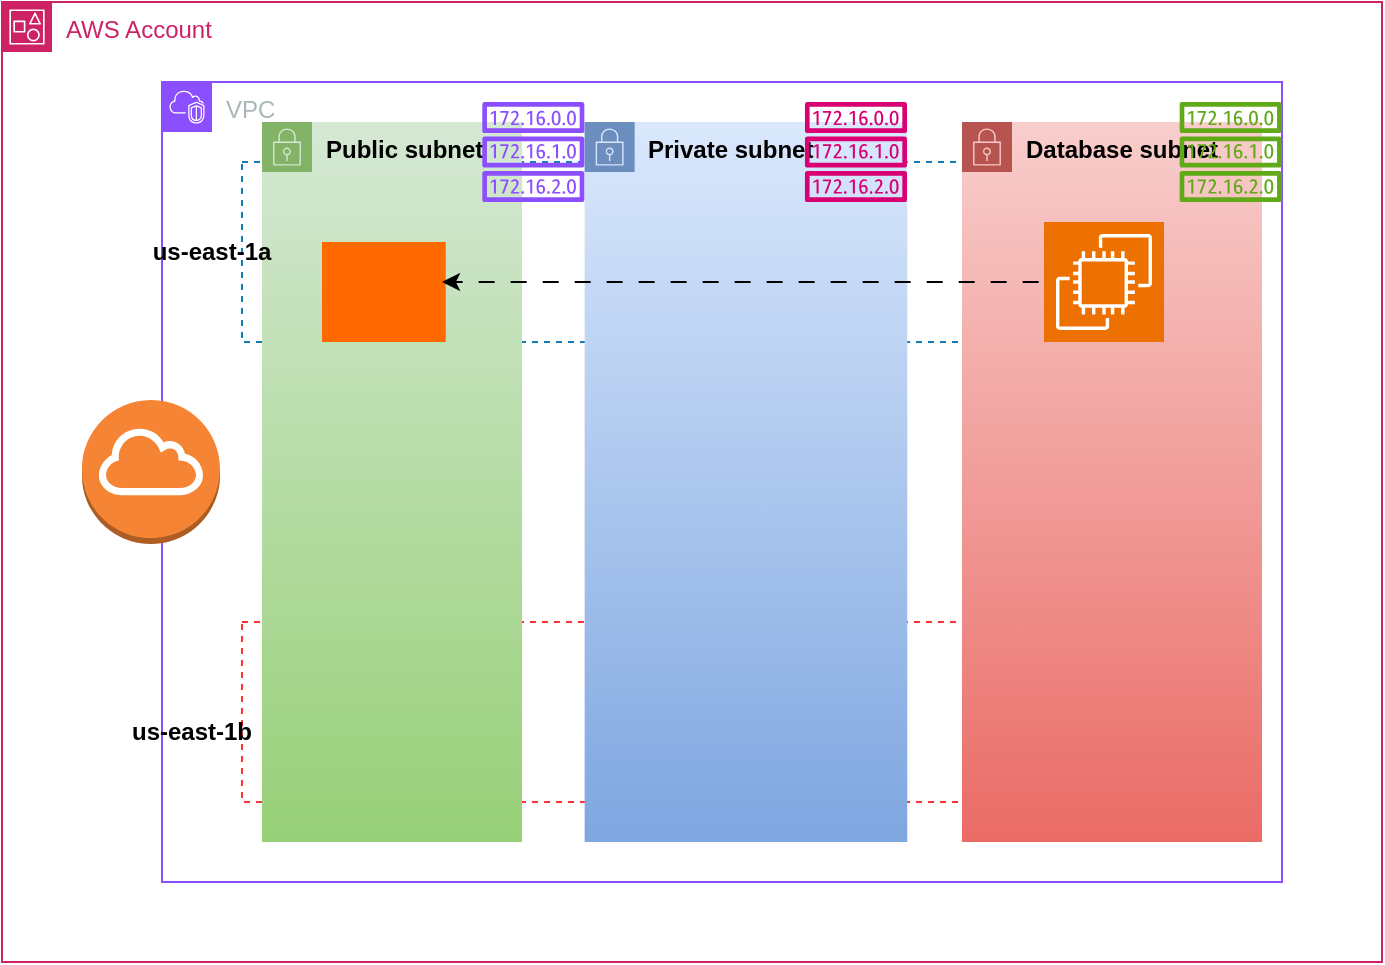
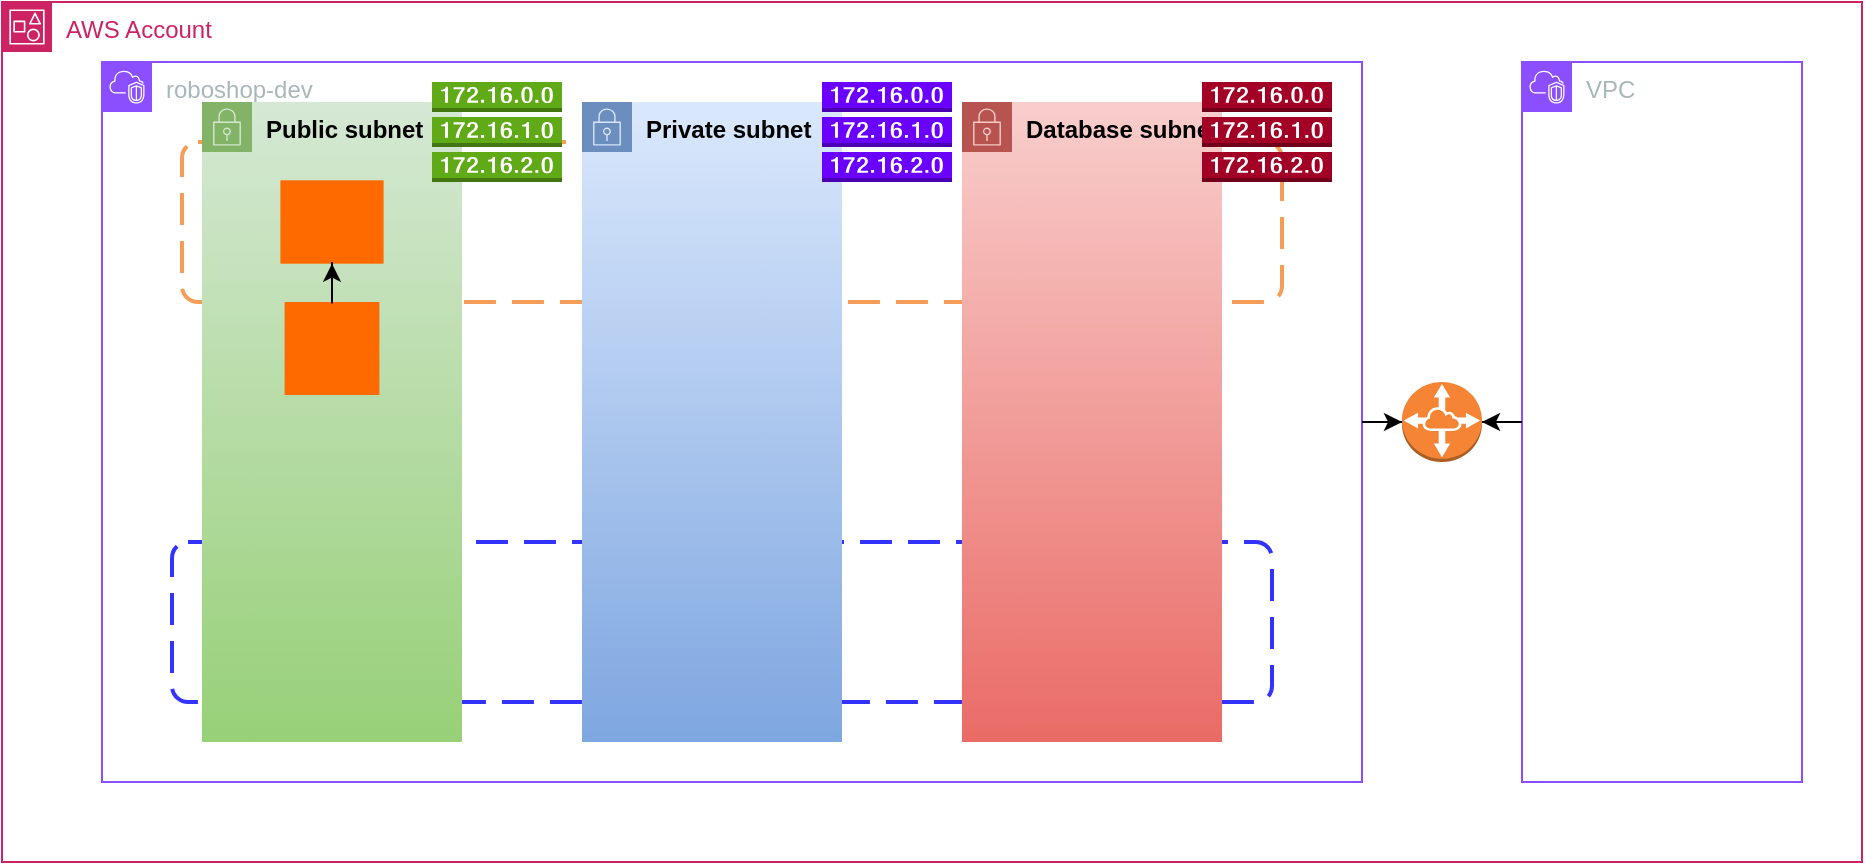
<mxfile host="app.diagrams.net">
-   <diagram name="Page-1" id="36cOFOSgJOgFmqnaWVL_">
+   <diagram name="Page-1" id="ZXIhJYFaAMuqg-LrVbGJ">
    <mxGraphModel dx="1030" dy="561" grid="1" gridSize="10" guides="1" tooltips="1" connect="1" arrows="1" fold="1" page="1" pageScale="1" pageWidth="850" pageHeight="1100" math="0" shadow="0">
      <root>
        <mxCell id="0" />
        <mxCell id="1" parent="0" />
-         <mxCell id="KBqLX70hXkbTGuDK6lxn-1" parent="1" style="points=[[0,0],[0.25,0],[0.5,0],[0.75,0],[1,0],[1,0.25],[1,0.5],[1,0.75],[1,1],[0.75,1],[0.5,1],[0.25,1],[0,1],[0,0.75],[0,0.5],[0,0.25]];outlineConnect=0;gradientColor=none;html=1;whiteSpace=wrap;fontSize=12;fontStyle=0;container=1;pointerEvents=0;collapsible=0;recursiveResize=0;shape=mxgraph.aws4.group;grIcon=mxgraph.aws4.group_account;strokeColor=#CD2264;fillColor=none;verticalAlign=top;align=left;spacingLeft=30;fontColor=#CD2264;dashed=0;" value="AWS Account" vertex="1">
-           <mxGeometry height="480" width="690" x="120" y="40" as="geometry" />
+         <mxCell id="NWXHlOiZB-vl1cq2G4pu-1" parent="1" style="points=[[0,0],[0.25,0],[0.5,0],[0.75,0],[1,0],[1,0.25],[1,0.5],[1,0.75],[1,1],[0.75,1],[0.5,1],[0.25,1],[0,1],[0,0.75],[0,0.5],[0,0.25]];outlineConnect=0;gradientColor=none;html=1;whiteSpace=wrap;fontSize=12;fontStyle=0;container=1;pointerEvents=0;collapsible=0;recursiveResize=0;shape=mxgraph.aws4.group;grIcon=mxgraph.aws4.group_account;strokeColor=#CD2264;fillColor=none;verticalAlign=top;align=left;spacingLeft=30;fontColor=#CD2264;dashed=0;" value="AWS Account" vertex="1">
+           <mxGeometry height="430" width="930" x="450" y="220" as="geometry" />
        </mxCell>
-         <mxCell id="KBqLX70hXkbTGuDK6lxn-2" parent="KBqLX70hXkbTGuDK6lxn-1" style="points=[[0,0],[0.25,0],[0.5,0],[0.75,0],[1,0],[1,0.25],[1,0.5],[1,0.75],[1,1],[0.75,1],[0.5,1],[0.25,1],[0,1],[0,0.75],[0,0.5],[0,0.25]];outlineConnect=0;gradientColor=none;html=1;whiteSpace=wrap;fontSize=12;fontStyle=0;container=1;pointerEvents=0;collapsible=0;recursiveResize=0;shape=mxgraph.aws4.group;grIcon=mxgraph.aws4.group_vpc2;strokeColor=#8C4FFF;fillColor=none;verticalAlign=top;align=left;spacingLeft=30;fontColor=#AAB7B8;dashed=0;" value="VPC" vertex="1">
-           <mxGeometry height="400" width="560" x="80" y="40" as="geometry" />
+         <mxCell id="NWXHlOiZB-vl1cq2G4pu-2" parent="NWXHlOiZB-vl1cq2G4pu-1" style="points=[[0,0],[0.25,0],[0.5,0],[0.75,0],[1,0],[1,0.25],[1,0.5],[1,0.75],[1,1],[0.75,1],[0.5,1],[0.25,1],[0,1],[0,0.75],[0,0.5],[0,0.25]];outlineConnect=0;gradientColor=none;html=1;whiteSpace=wrap;fontSize=12;fontStyle=0;container=1;pointerEvents=0;collapsible=0;recursiveResize=0;shape=mxgraph.aws4.group;grIcon=mxgraph.aws4.group_vpc2;strokeColor=#8C4FFF;fillColor=none;verticalAlign=top;align=left;spacingLeft=30;fontColor=#AAB7B8;dashed=0;" value="roboshop-dev" vertex="1">
+           <mxGeometry height="360" width="630" x="50" y="30" as="geometry" />
        </mxCell>
-         <mxCell id="KBqLX70hXkbTGuDK6lxn-3" parent="KBqLX70hXkbTGuDK6lxn-2" style="fillColor=none;strokeColor=#147EBA;dashed=1;verticalAlign=top;fontStyle=0;fontColor=#147EBA;whiteSpace=wrap;html=1;" value="" vertex="1">
-           <mxGeometry height="90" width="500" x="40" y="40" as="geometry" />
+         <mxCell id="NWXHlOiZB-vl1cq2G4pu-3" parent="NWXHlOiZB-vl1cq2G4pu-2" style="rounded=1;arcSize=10;dashed=1;strokeColor=#F59D56;fillColor=none;gradientColor=none;dashPattern=8 4;strokeWidth=2;" value="" vertex="1">
+           <mxGeometry height="80" width="550" x="40" y="40" as="geometry" />
        </mxCell>
-         <mxCell id="KBqLX70hXkbTGuDK6lxn-4" parent="KBqLX70hXkbTGuDK6lxn-2" style="fillColor=none;strokeColor=#FF3333;dashed=1;verticalAlign=top;fontStyle=0;fontColor=#147EBA;whiteSpace=wrap;html=1;" value="" vertex="1">
-           <mxGeometry height="90" width="500" x="40" y="270" as="geometry" />
+         <mxCell id="NWXHlOiZB-vl1cq2G4pu-4" parent="NWXHlOiZB-vl1cq2G4pu-2" style="rounded=1;arcSize=10;dashed=1;strokeColor=#3333FF;fillColor=none;gradientColor=none;dashPattern=8 4;strokeWidth=2;" value="" vertex="1">
+           <mxGeometry height="80" width="550" x="35" y="240" as="geometry" />
        </mxCell>
-         <mxCell id="KBqLX70hXkbTGuDK6lxn-8" parent="KBqLX70hXkbTGuDK6lxn-2" style="points=[[0,0],[0.25,0],[0.5,0],[0.75,0],[1,0],[1,0.25],[1,0.5],[1,0.75],[1,1],[0.75,1],[0.5,1],[0.25,1],[0,1],[0,0.75],[0,0.5],[0,0.25]];outlineConnect=0;gradientColor=#97d077;html=1;whiteSpace=wrap;fontSize=12;fontStyle=0;container=1;pointerEvents=0;collapsible=0;recursiveResize=0;shape=mxgraph.aws4.group;grIcon=mxgraph.aws4.group_security_group;grStroke=0;strokeColor=#82b366;fillColor=#d5e8d4;verticalAlign=top;align=left;spacingLeft=30;dashed=0;" value="&lt;b&gt;Public subnet&lt;/b&gt;" vertex="1">
-           <mxGeometry height="360" width="130" x="50" y="20" as="geometry" />
+         <mxCell id="NWXHlOiZB-vl1cq2G4pu-5" parent="NWXHlOiZB-vl1cq2G4pu-2" style="points=[[0,0],[0.25,0],[0.5,0],[0.75,0],[1,0],[1,0.25],[1,0.5],[1,0.75],[1,1],[0.75,1],[0.5,1],[0.25,1],[0,1],[0,0.75],[0,0.5],[0,0.25]];outlineConnect=0;gradientColor=#97d077;html=1;whiteSpace=wrap;fontSize=12;fontStyle=0;container=1;pointerEvents=0;collapsible=0;recursiveResize=0;shape=mxgraph.aws4.group;grIcon=mxgraph.aws4.group_security_group;grStroke=0;strokeColor=#82b366;fillColor=#d5e8d4;verticalAlign=top;align=left;spacingLeft=30;dashed=0;" value="&lt;b&gt;Public subnet&lt;/b&gt;" vertex="1">
+           <mxGeometry height="320" width="130" x="50" y="20" as="geometry" />
        </mxCell>
-         <mxCell id="KBqLX70hXkbTGuDK6lxn-14" parent="KBqLX70hXkbTGuDK6lxn-8" style="points=[];aspect=fixed;html=1;align=center;shadow=0;dashed=0;fillColor=#FF6A00;strokeColor=none;shape=mxgraph.alibaba_cloud.nat_gateway;" value="" vertex="1">
-           <mxGeometry height="50" width="61.87" x="30" y="60" as="geometry" />
+         <mxCell id="NWXHlOiZB-vl1cq2G4pu-6" parent="NWXHlOiZB-vl1cq2G4pu-5" style="points=[];aspect=fixed;html=1;align=center;shadow=0;dashed=0;fillColor=#FF6A00;strokeColor=none;shape=mxgraph.alibaba_cloud.eip_elastic_ip_address;" value="" vertex="1">
+           <mxGeometry height="46.5" width="47.400000000000006" x="41.3" y="100" as="geometry" />
        </mxCell>
-         <mxCell id="KBqLX70hXkbTGuDK6lxn-7" parent="KBqLX70hXkbTGuDK6lxn-2" style="points=[[0,0],[0.25,0],[0.5,0],[0.75,0],[1,0],[1,0.25],[1,0.5],[1,0.75],[1,1],[0.75,1],[0.5,1],[0.25,1],[0,1],[0,0.75],[0,0.5],[0,0.25]];outlineConnect=0;gradientColor=#7ea6e0;html=1;whiteSpace=wrap;fontSize=12;fontStyle=0;container=1;pointerEvents=0;collapsible=0;recursiveResize=0;shape=mxgraph.aws4.group;grIcon=mxgraph.aws4.group_security_group;grStroke=0;strokeColor=#6c8ebf;fillColor=#dae8fc;verticalAlign=top;align=left;spacingLeft=30;dashed=0;" value="&lt;b&gt;Private subnet&lt;/b&gt;" vertex="1">
-           <mxGeometry height="360" width="161.32" x="211.32" y="20" as="geometry" />
+         <mxCell id="NWXHlOiZB-vl1cq2G4pu-7" parent="NWXHlOiZB-vl1cq2G4pu-2" style="points=[[0,0],[0.25,0],[0.5,0],[0.75,0],[1,0],[1,0.25],[1,0.5],[1,0.75],[1,1],[0.75,1],[0.5,1],[0.25,1],[0,1],[0,0.75],[0,0.5],[0,0.25]];outlineConnect=0;gradientColor=#7ea6e0;html=1;whiteSpace=wrap;fontSize=12;fontStyle=0;container=1;pointerEvents=0;collapsible=0;recursiveResize=0;shape=mxgraph.aws4.group;grIcon=mxgraph.aws4.group_security_group;grStroke=0;strokeColor=#6c8ebf;fillColor=#dae8fc;verticalAlign=top;align=left;spacingLeft=30;dashed=0;" value="&lt;b&gt;Private subnet&lt;/b&gt;" vertex="1">
+           <mxGeometry height="320" width="130" x="240" y="20" as="geometry" />
        </mxCell>
-         <mxCell id="KBqLX70hXkbTGuDK6lxn-12" parent="KBqLX70hXkbTGuDK6lxn-7" style="sketch=0;outlineConnect=0;fillColor=#d80073;strokeColor=#A50040;dashed=0;verticalLabelPosition=bottom;verticalAlign=top;align=center;html=1;fontSize=12;fontStyle=0;aspect=fixed;pointerEvents=1;shape=mxgraph.aws4.route_table;fontColor=#ffffff;" value="" vertex="1">
-           <mxGeometry height="50" width="51.32" x="110" y="-10" as="geometry" />
+         <mxCell id="NWXHlOiZB-vl1cq2G4pu-8" parent="NWXHlOiZB-vl1cq2G4pu-2" style="points=[[0,0],[0.25,0],[0.5,0],[0.75,0],[1,0],[1,0.25],[1,0.5],[1,0.75],[1,1],[0.75,1],[0.5,1],[0.25,1],[0,1],[0,0.75],[0,0.5],[0,0.25]];outlineConnect=0;gradientColor=#ea6b66;html=1;whiteSpace=wrap;fontSize=12;fontStyle=0;container=1;pointerEvents=0;collapsible=0;recursiveResize=0;shape=mxgraph.aws4.group;grIcon=mxgraph.aws4.group_security_group;grStroke=0;strokeColor=#b85450;fillColor=#f8cecc;verticalAlign=top;align=left;spacingLeft=30;dashed=0;" value="&lt;b&gt;Database subnet&lt;/b&gt;" vertex="1">
+           <mxGeometry height="320" width="130" x="430" y="20" as="geometry" />
        </mxCell>
-         <mxCell id="KBqLX70hXkbTGuDK6lxn-9" parent="KBqLX70hXkbTGuDK6lxn-2" style="points=[[0,0],[0.25,0],[0.5,0],[0.75,0],[1,0],[1,0.25],[1,0.5],[1,0.75],[1,1],[0.75,1],[0.5,1],[0.25,1],[0,1],[0,0.75],[0,0.5],[0,0.25]];outlineConnect=0;gradientColor=#ea6b66;html=1;whiteSpace=wrap;fontSize=12;fontStyle=0;container=1;pointerEvents=0;collapsible=0;recursiveResize=0;shape=mxgraph.aws4.group;grIcon=mxgraph.aws4.group_security_group;grStroke=0;strokeColor=#b85450;fillColor=#f8cecc;verticalAlign=top;align=left;spacingLeft=30;dashed=0;" value="&lt;b&gt;Database subnet&lt;/b&gt;" vertex="1">
-           <mxGeometry height="360" width="150" x="400" y="20" as="geometry" />
+         <mxCell id="NWXHlOiZB-vl1cq2G4pu-9" parent="NWXHlOiZB-vl1cq2G4pu-2" style="points=[];aspect=fixed;html=1;align=center;shadow=0;dashed=0;fillColor=#FF6A00;strokeColor=none;shape=mxgraph.alibaba_cloud.nat_gateway;" value="" vertex="1">
+           <mxGeometry height="41.699999999999996" width="51.6" x="89.19999999999999" y="59.14999999999998" as="geometry" />
        </mxCell>
-         <mxCell id="KBqLX70hXkbTGuDK6lxn-13" parent="KBqLX70hXkbTGuDK6lxn-9" style="sketch=0;outlineConnect=0;fillColor=#60a917;strokeColor=#2D7600;dashed=0;verticalLabelPosition=bottom;verticalAlign=top;align=center;html=1;fontSize=12;fontStyle=0;aspect=fixed;pointerEvents=1;shape=mxgraph.aws4.route_table;fontColor=#ffffff;" value="" vertex="1">
-           <mxGeometry height="50" width="51.32" x="108.68000000000006" y="-10" as="geometry" />
+         <mxCell id="NWXHlOiZB-vl1cq2G4pu-10" edge="1" parent="NWXHlOiZB-vl1cq2G4pu-2" source="NWXHlOiZB-vl1cq2G4pu-6" style="edgeStyle=orthogonalEdgeStyle;rounded=0;orthogonalLoop=1;jettySize=auto;html=1;" target="NWXHlOiZB-vl1cq2G4pu-9" value="">
+           <mxGeometry relative="1" as="geometry" />
        </mxCell>
-         <mxCell id="KBqLX70hXkbTGuDK6lxn-15" parent="KBqLX70hXkbTGuDK6lxn-9" style="sketch=0;points=[[0,0,0],[0.25,0,0],[0.5,0,0],[0.75,0,0],[1,0,0],[0,1,0],[0.25,1,0],[0.5,1,0],[0.75,1,0],[1,1,0],[0,0.25,0],[0,0.5,0],[0,0.75,0],[1,0.25,0],[1,0.5,0],[1,0.75,0]];outlineConnect=0;fontColor=#232F3E;fillColor=#ED7100;strokeColor=#ffffff;dashed=0;verticalLabelPosition=bottom;verticalAlign=top;align=center;html=1;fontSize=12;fontStyle=0;aspect=fixed;shape=mxgraph.aws4.resourceIcon;resIcon=mxgraph.aws4.ec2;" value="" vertex="1">
-           <mxGeometry height="60" width="60" x="41" y="50" as="geometry" />
+         <mxCell id="NWXHlOiZB-vl1cq2G4pu-11" parent="NWXHlOiZB-vl1cq2G4pu-2" style="outlineConnect=0;dashed=0;verticalLabelPosition=bottom;verticalAlign=top;align=center;html=1;shape=mxgraph.aws3.route_table;fillColor=#60a917;strokeColor=#2D7600;fontColor=#ffffff;" value="" vertex="1">
+           <mxGeometry height="50" width="65" x="165" y="10" as="geometry" />
        </mxCell>
-         <mxCell id="KBqLX70hXkbTGuDK6lxn-10" parent="KBqLX70hXkbTGuDK6lxn-2" style="outlineConnect=0;dashed=0;verticalLabelPosition=bottom;verticalAlign=top;align=center;html=1;shape=mxgraph.aws3.internet_gateway;fillColor=#F58534;gradientColor=none;" value="" vertex="1">
-           <mxGeometry height="72" width="69" x="-40" y="159" as="geometry" />
+         <mxCell id="NWXHlOiZB-vl1cq2G4pu-12" parent="NWXHlOiZB-vl1cq2G4pu-2" style="outlineConnect=0;dashed=0;verticalLabelPosition=bottom;verticalAlign=top;align=center;html=1;shape=mxgraph.aws3.route_table;fillColor=#a20025;strokeColor=#6F0000;fontColor=#ffffff;" value="" vertex="1">
+           <mxGeometry height="50" width="65" x="550" y="10" as="geometry" />
        </mxCell>
-         <mxCell id="KBqLX70hXkbTGuDK6lxn-11" parent="KBqLX70hXkbTGuDK6lxn-2" style="sketch=0;outlineConnect=0;fontColor=#232F3E;gradientColor=none;fillColor=#8C4FFF;strokeColor=none;dashed=0;verticalLabelPosition=bottom;verticalAlign=top;align=center;html=1;fontSize=12;fontStyle=0;aspect=fixed;pointerEvents=1;shape=mxgraph.aws4.route_table;" value="" vertex="1">
-           <mxGeometry height="50" width="51.32" x="160" y="10" as="geometry" />
+         <mxCell id="NWXHlOiZB-vl1cq2G4pu-13" parent="NWXHlOiZB-vl1cq2G4pu-2" style="outlineConnect=0;dashed=0;verticalLabelPosition=bottom;verticalAlign=top;align=center;html=1;shape=mxgraph.aws3.route_table;fillColor=#6a00ff;strokeColor=#3700CC;fontColor=#ffffff;" value="" vertex="1">
+           <mxGeometry height="50" width="65" x="360" y="10" as="geometry" />
        </mxCell>
-         <mxCell id="KBqLX70hXkbTGuDK6lxn-6" parent="KBqLX70hXkbTGuDK6lxn-2" style="text;html=1;whiteSpace=wrap;strokeColor=none;fillColor=none;align=center;verticalAlign=middle;rounded=0;" value="&lt;b&gt;us-east-1a&lt;/b&gt;" vertex="1">
-           <mxGeometry height="30" width="70" x="-9.999999999999886" y="70" as="geometry" />
+         <mxCell id="NWXHlOiZB-vl1cq2G4pu-14" parent="NWXHlOiZB-vl1cq2G4pu-1" style="points=[[0,0],[0.25,0],[0.5,0],[0.75,0],[1,0],[1,0.25],[1,0.5],[1,0.75],[1,1],[0.75,1],[0.5,1],[0.25,1],[0,1],[0,0.75],[0,0.5],[0,0.25]];outlineConnect=0;gradientColor=none;html=1;whiteSpace=wrap;fontSize=12;fontStyle=0;container=1;pointerEvents=0;collapsible=0;recursiveResize=0;shape=mxgraph.aws4.group;grIcon=mxgraph.aws4.group_vpc2;strokeColor=#8C4FFF;fillColor=none;verticalAlign=top;align=left;spacingLeft=30;fontColor=#AAB7B8;dashed=0;" value="VPC" vertex="1">
+           <mxGeometry height="360" width="140" x="760" y="30" as="geometry" />
        </mxCell>
-         <mxCell id="KBqLX70hXkbTGuDK6lxn-5" parent="KBqLX70hXkbTGuDK6lxn-2" style="text;html=1;whiteSpace=wrap;strokeColor=none;fillColor=none;align=center;verticalAlign=middle;rounded=0;" value="&lt;b&gt;us-east-1b&lt;/b&gt;" vertex="1">
-           <mxGeometry height="30" width="70" x="-20" y="310" as="geometry" />
+         <mxCell id="NWXHlOiZB-vl1cq2G4pu-15" parent="NWXHlOiZB-vl1cq2G4pu-1" style="outlineConnect=0;dashed=0;verticalLabelPosition=bottom;verticalAlign=top;align=center;html=1;shape=mxgraph.aws3.vpc_peering;fillColor=#F58534;gradientColor=none;" value="" vertex="1">
+           <mxGeometry height="40" width="40" x="700" y="190" as="geometry" />
        </mxCell>
-         <mxCell id="KBqLX70hXkbTGuDK6lxn-16" edge="1" parent="KBqLX70hXkbTGuDK6lxn-2" source="KBqLX70hXkbTGuDK6lxn-15" style="edgeStyle=orthogonalEdgeStyle;rounded=0;orthogonalLoop=1;jettySize=auto;html=1;entryX=0.97;entryY=0.4;entryDx=0;entryDy=0;entryPerimeter=0;flowAnimation=1;" target="KBqLX70hXkbTGuDK6lxn-14">
+         <mxCell id="NWXHlOiZB-vl1cq2G4pu-16" edge="1" parent="NWXHlOiZB-vl1cq2G4pu-1" source="NWXHlOiZB-vl1cq2G4pu-2" style="edgeStyle=orthogonalEdgeStyle;rounded=0;orthogonalLoop=1;jettySize=auto;html=1;entryX=0;entryY=0.5;entryDx=0;entryDy=0;entryPerimeter=0;" target="NWXHlOiZB-vl1cq2G4pu-15">
+           <mxGeometry relative="1" as="geometry" />
+         </mxCell>
+         <mxCell id="NWXHlOiZB-vl1cq2G4pu-17" edge="1" parent="NWXHlOiZB-vl1cq2G4pu-1" source="NWXHlOiZB-vl1cq2G4pu-14" style="edgeStyle=orthogonalEdgeStyle;rounded=0;orthogonalLoop=1;jettySize=auto;html=1;entryX=1;entryY=0.5;entryDx=0;entryDy=0;entryPerimeter=0;" target="NWXHlOiZB-vl1cq2G4pu-15">
          <mxGeometry relative="1" as="geometry" />
        </mxCell>
      </root>
    </mxGraphModel>
  </diagram>
</mxfile>
